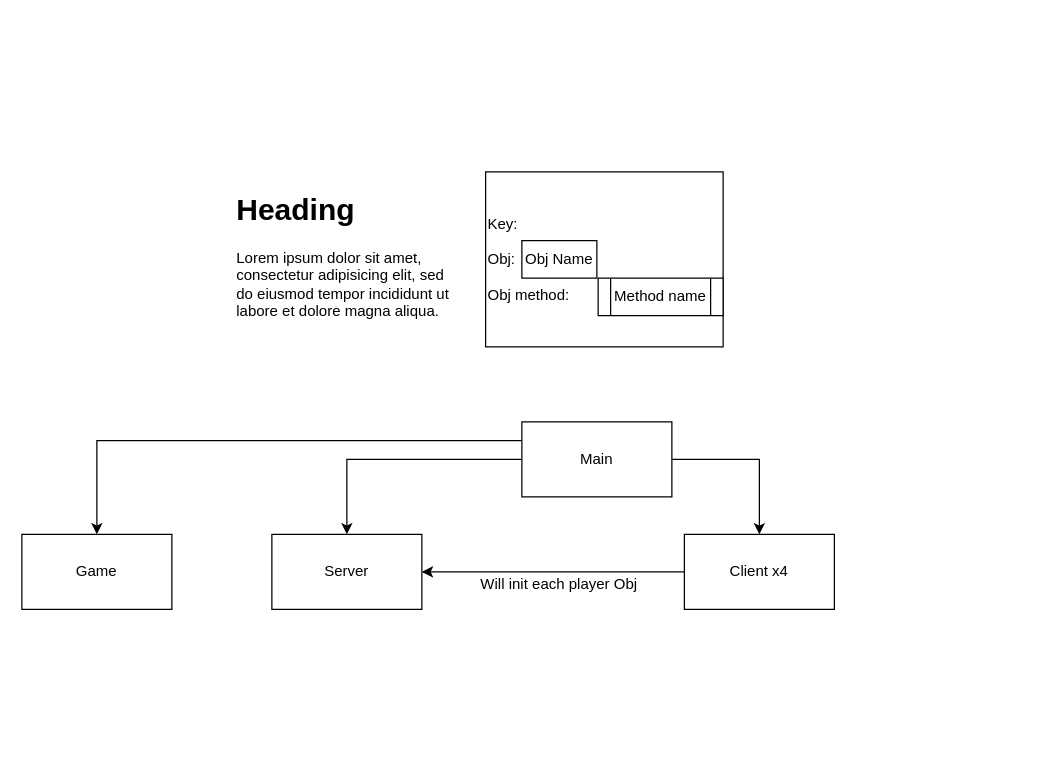
The draw.io diagram Untitled Diagram.drawio in happyhourxd/EuchreJ, before the edit. Source tidied: cells renumbered, new cells numbered last; positions are measured from the earlier drawing's top-left corner, leaving out a move shared by most shapes. Both pictures are drawn from the tidied source at 125%, with x=0, y=0 at pixel (21, 171).
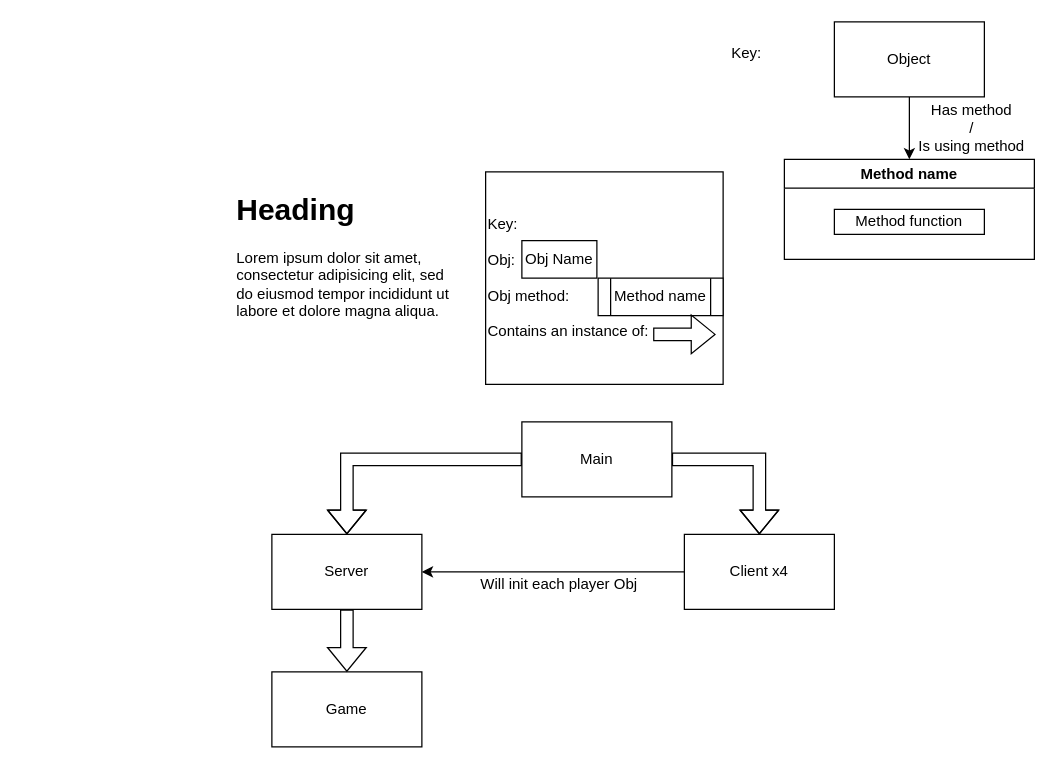
After the change.

Commit message:
make key

Unchanged cells that the change refers to:
```xml
<mxCell id="5" value="Main" style="rounded=0;whiteSpace=wrap;html=1;" parent="1" vertex="1">
  <mxGeometry x="400" y="200" width="120" height="60" as="geometry" />
</mxCell>
<mxCell id="6" value="Server" style="rounded=0;whiteSpace=wrap;html=1;" parent="1" vertex="1">
  <mxGeometry x="200" y="290" width="120" height="60" as="geometry" />
</mxCell>
<mxCell id="8" value="Client x4" style="rounded=0;whiteSpace=wrap;html=1;" parent="1" vertex="1">
  <mxGeometry x="530" y="290" width="120" height="60" as="geometry" />
</mxCell>
```

Diff of the diagram source:
```diff
@@
-    <mxCell id="2" style="edgeStyle=orthogonalEdgeStyle;rounded=0;jettySize=auto;html=1;entryX=0.5;entryY=0;entryDx=0;entryDy=0;" parent="1" edge="1" source="5" target="6">
-      <mxGeometry relative="1" as="geometry" />
-    </mxCell>
-    <mxCell id="3" style="edgeStyle=orthogonalEdgeStyle;rounded=0;jettySize=auto;html=1;" parent="1" edge="1" source="5" target="8">
+    <mxCell id="3" style="edgeStyle=orthogonalEdgeStyle;rounded=0;jettySize=auto;html=1;shape=flexArrow;" parent="1" edge="1" source="5" target="8">
       <mxGeometry relative="1" as="geometry" />
     </mxCell>
-    <mxCell id="4" style="edgeStyle=orthogonalEdgeStyle;rounded=0;jettySize=auto;html=1;exitX=0;exitY=0.25;exitDx=0;exitDy=0;" parent="1" edge="1" source="5" target="9">
-      <mxGeometry relative="1" as="geometry" />
-    </mxCell>
@@
     <mxCell id="9" value="Game" style="rounded=0;whiteSpace=wrap;html=1;" parent="1" vertex="1">
-      <mxGeometry y="290" width="120" height="60" as="geometry" />
+      <mxGeometry x="200" y="400" width="120" height="60" as="geometry" />
     </mxCell>
@@
-    <mxCell id="12" value="&lt;div&gt;Key:&lt;/div&gt;&lt;div&gt;&lt;br&gt;&lt;/div&gt;&lt;div&gt;Obj:&lt;/div&gt;&lt;div&gt;&lt;br&gt;&lt;/div&gt;&lt;div&gt;Obj method:&lt;/div&gt;" style="rounded=0;whiteSpace=wrap;html=1;labelPosition=center;verticalLabelPosition=middle;align=left;verticalAlign=middle;textDirection=ltr;" parent="1" vertex="1">
-      <mxGeometry x="371" width="190" height="140" as="geometry" />
+    <mxCell id="12" value="&lt;div&gt;Key:&lt;/div&gt;&lt;div&gt;&lt;br&gt;&lt;/div&gt;&lt;div&gt;Obj:&lt;/div&gt;&lt;div&gt;&lt;br&gt;&lt;/div&gt;&lt;div&gt;Obj method:&lt;/div&gt;&lt;div&gt;&lt;br&gt;&lt;/div&gt;&lt;div&gt;Contains an instance of: &lt;br&gt;&lt;/div&gt;" style="rounded=0;whiteSpace=wrap;html=1;labelPosition=center;verticalLabelPosition=middle;align=left;verticalAlign=middle;textDirection=ltr;" parent="1" vertex="1">
+      <mxGeometry x="371" width="190" height="170" as="geometry" />
     </mxCell>
@@
+    <mxCell id="2" style="shape=flexArrow;endArrow=classic;html=1;rounded=0;exitX=0;exitY=0.5;exitDx=0;exitDy=0;entryX=0.5;entryY=0;entryDx=0;entryDy=0;" parent="1" edge="1" source="5" target="6">
+      <mxGeometry relative="1" as="geometry">
+        <Array as="points">
+          <mxPoint x="260" y="230" />
+        </Array>
+      </mxGeometry>
+    </mxCell>
+    <mxCell id="15" style="shape=flexArrow;endArrow=classic;html=1;rounded=0;" parent="1" edge="1">
+      <mxGeometry relative="1" as="geometry">
+        <mxPoint x="505" y="130" as="sourcePoint" />
+        <mxPoint x="555" y="130" as="targetPoint" />
+      </mxGeometry>
+    </mxCell>
+    <mxCell id="16" style="shape=flexArrow;endArrow=classic;html=1;rounded=0;entryX=0.5;entryY=0;entryDx=0;entryDy=0;exitX=0.5;exitY=1;exitDx=0;exitDy=0;" parent="1" edge="1" source="6" target="9">
+      <mxGeometry relative="1" as="geometry" />
+    </mxCell>
+    <mxCell id="17" value="Method name" style="swimlane;whiteSpace=wrap;html=1;" parent="1" vertex="1">
+      <mxGeometry x="610" y="-10" width="200" height="80" as="geometry" />
+    </mxCell>
+    <mxCell id="18" value="Method function" style="rounded=0;whiteSpace=wrap;html=1;" parent="17" vertex="1">
+      <mxGeometry x="40" y="40" width="120" height="20" as="geometry" />
+    </mxCell>
+    <mxCell id="19" value="Key:" style="text;html=1;align=center;verticalAlign=middle;whiteSpace=wrap;rounded=0;" parent="1" vertex="1">
+      <mxGeometry x="550" y="-110" width="60" height="30" as="geometry" />
+    </mxCell>
+    <mxCell id="20" style="edgeStyle=orthogonalEdgeStyle;rounded=0;jettySize=auto;html=1;entryX=0.5;entryY=0;entryDx=0;entryDy=0;" parent="1" edge="1" source="21" target="17">
+      <mxGeometry relative="1" as="geometry" />
+    </mxCell>
+    <mxCell id="21" value="Object" style="rounded=0;whiteSpace=wrap;html=1;" parent="1" vertex="1">
+      <mxGeometry x="650" y="-120" width="120" height="60" as="geometry" />
+    </mxCell>
+    <mxCell id="22" value="&lt;div&gt;Has method&lt;/div&gt;&lt;div&gt;/&lt;/div&gt;&lt;div&gt;Is using method&lt;/div&gt;" style="text;html=1;align=center;verticalAlign=middle;whiteSpace=wrap;rounded=0;" parent="1" vertex="1">
+      <mxGeometry x="710" y="-50" width="100" height="30" as="geometry" />
+    </mxCell>
```
